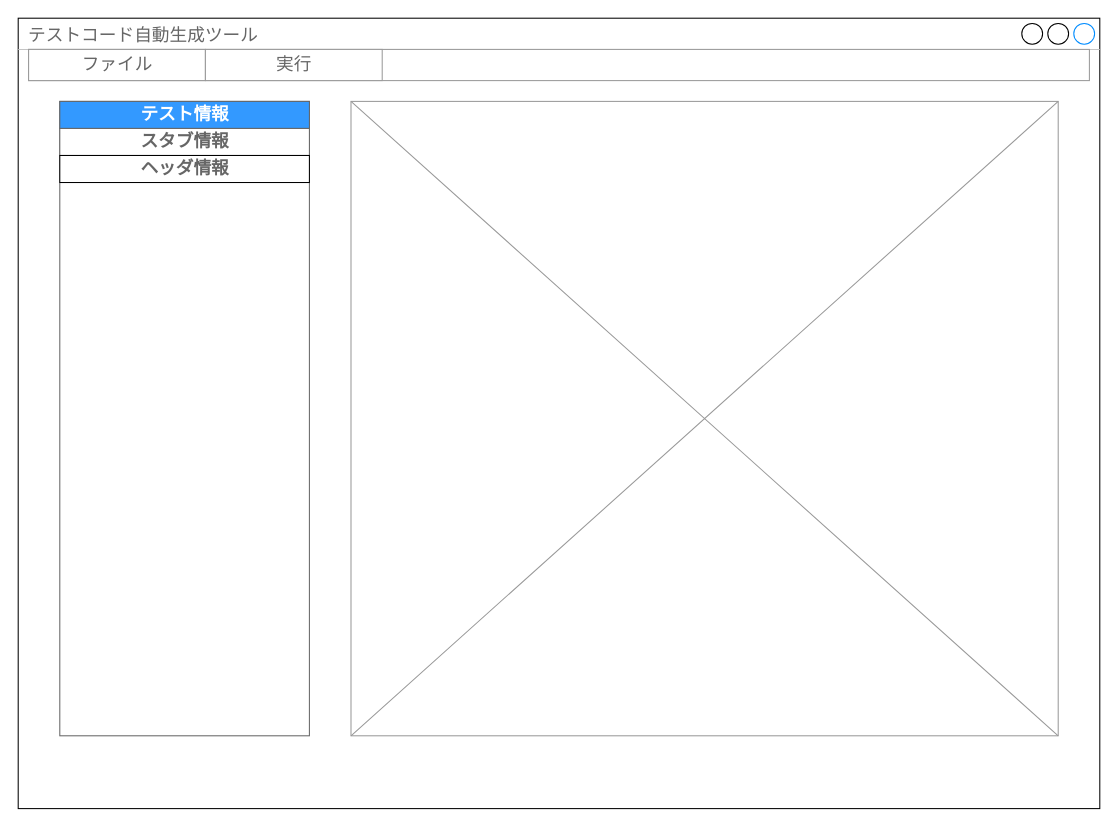
CountrySideEngineer/TestSupportTools keeps this draw.io diagram as page "基本画面構成" (1 of 6) of AutoTestPrep/doc/design/AutoTestPrep_ViewLayout.drawio. Above is the earlier version. Source tidied: cells renumbered, new cells numbered last; positions are measured from the earlier drawing's top-left corner, leaving out a move shared by most shapes. Both pictures are drawn from the tidied source at 104%, with x=0, y=0 at pixel (18, 18).
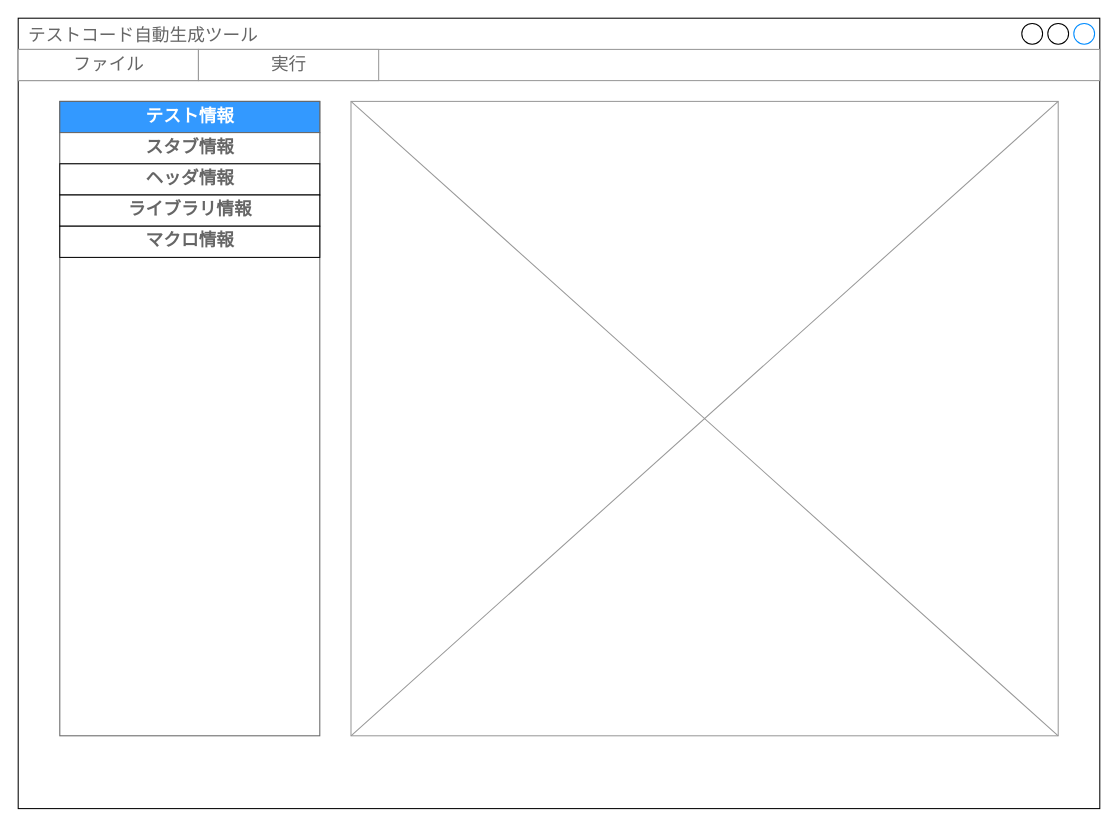
The same diagram, later.

Change to the diagram source:
```diff
@@
 <mxGraphModel background="#ffffff">
   <root>
     <mxCell id="0" />
     <mxCell id="1" parent="0" />
     <mxCell id="2" value="テストコード自動生成ツール" style="strokeWidth=1;shadow=0;dashed=0;align=center;html=1;shape=mxgraph.mockup.containers.window;align=left;verticalAlign=top;spacingLeft=8;strokeColor2=#008cff;strokeColor3=#c4c4c4;fontColor=#666666;mainText=;fontSize=17;labelBackgroundColor=none;" parent="1" vertex="1">
       <mxGeometry width="1040" height="760" as="geometry" />
     </mxCell>
     <mxCell id="3" style="strokeWidth=1;shadow=0;dashed=0;align=center;html=1;shape=mxgraph.mockup.containers.rrect;rSize=0;strokeColor=#666666;" parent="1" vertex="1">
-      <mxGeometry x="40" y="80" width="240" height="610" as="geometry" />
+      <mxGeometry x="40" y="80" width="250" height="610" as="geometry" />
     </mxCell>
     <mxCell id="4" value="テスト情報" style="strokeColor=inherit;fillColor=#3399FF;gradientColor=none;strokeWidth=1;shadow=0;dashed=0;align=center;html=1;shape=mxgraph.mockup.containers.rrect;rSize=0;fontSize=17;fontColor=#FFFFFF;fontStyle=1;" parent="3" vertex="1">
-      <mxGeometry width="240" height="26" relative="1" as="geometry" />
+      <mxGeometry width="250" height="30" relative="1" as="geometry" />
     </mxCell>
     <mxCell id="5" value="スタブ情報" style="strokeColor=inherit;fillColor=inherit;gradientColor=inherit;strokeWidth=1;shadow=0;dashed=0;align=center;html=1;shape=mxgraph.mockup.containers.rrect;rSize=0;fontSize=17;fontColor=#666666;fontStyle=1;" parent="3" vertex="1">
-      <mxGeometry width="240" height="26" relative="1" as="geometry">
-        <mxPoint y="26" as="offset" />
+      <mxGeometry width="250" height="30" relative="1" as="geometry">
+        <mxPoint y="30" as="offset" />
       </mxGeometry>
     </mxCell>
     <mxCell id="6" value="ヘッダ情報" style="strokeWidth=1;shadow=0;dashed=0;align=center;html=1;shape=mxgraph.mockup.containers.rrect;rSize=0;fontSize=17;fontColor=#666666;fontStyle=1;fillColor=#FFFFFF;strokeColor=#000000;gradientColor=#ffffff;" parent="3" vertex="1">
-      <mxGeometry width="240" height="26" relative="1" as="geometry">
-        <mxPoint y="52" as="offset" />
+      <mxGeometry width="250" height="30" relative="1" as="geometry">
+        <mxPoint y="60" as="offset" />
       </mxGeometry>
     </mxCell>
+    <mxCell id="11" value="ライブラリ情報" style="rounded=0;html=1;fontSize=17;fontColor=#666666;fontStyle=1;" parent="3" vertex="1">
+      <mxGeometry y="90" width="250" height="30" as="geometry" />
+    </mxCell>
+    <mxCell id="12" value="マクロ情報" style="rounded=0;html=1;fontSize=17;fontColor=#666666;fontStyle=1;" parent="3" vertex="1">
+      <mxGeometry y="120" width="250" height="30" as="geometry" />
+    </mxCell>
     <mxCell id="7" style="verticalLabelPosition=bottom;shadow=0;dashed=0;align=center;html=1;verticalAlign=top;strokeWidth=1;shape=mxgraph.mockup.graphics.simpleIcon;strokeColor=#999999;" parent="1" vertex="1">
       <mxGeometry x="320" y="80" width="680" height="610" as="geometry" />
     </mxCell>
     <mxCell id="8" style="strokeWidth=1;shadow=0;dashed=0;align=center;html=1;shape=mxgraph.mockup.forms.rrect;rSize=0;strokeColor=#999999;" parent="1" vertex="1">
-      <mxGeometry x="10" y="30" width="1020" height="30" as="geometry" />
+      <mxGeometry y="30" width="1040" height="30" as="geometry" />
     </mxCell>
     <mxCell id="9" value="ファイル" style="strokeColor=inherit;fillColor=inherit;gradientColor=inherit;strokeWidth=1;shadow=0;dashed=0;align=center;html=1;shape=mxgraph.mockup.forms.rrect;rSize=0;fontSize=17;fontColor=#666666;" parent="8" vertex="1">
-      <mxGeometry width="170" height="30" as="geometry" />
+      <mxGeometry width="173.3" height="30" as="geometry" />
     </mxCell>
     <mxCell id="10" value="実行" style="strokeColor=inherit;fillColor=inherit;gradientColor=inherit;strokeWidth=1;shadow=0;dashed=0;align=center;html=1;shape=mxgraph.mockup.forms.rrect;rSize=0;fontSize=17;fontColor=#666666;" parent="8" vertex="1">
-      <mxGeometry x="170" width="170" height="30" as="geometry" />
+      <mxGeometry x="173.3" width="173.3" height="30" as="geometry" />
     </mxCell>
   </root>
 </mxGraphModel>
```
